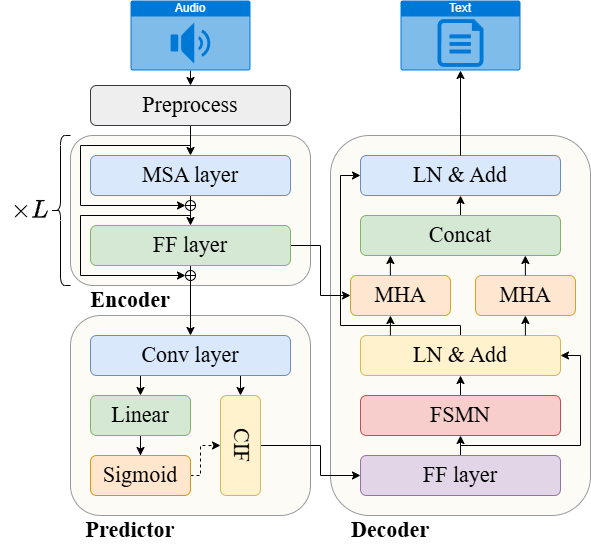
Earlier version of the draw.io export UBC-CSC/funasr.png (TuuSiwei/paper_image). Source tidied: cells renumbered, new cells last; positions are measured from the earlier drawing's top-left corner, leaving out a move shared by most shapes.
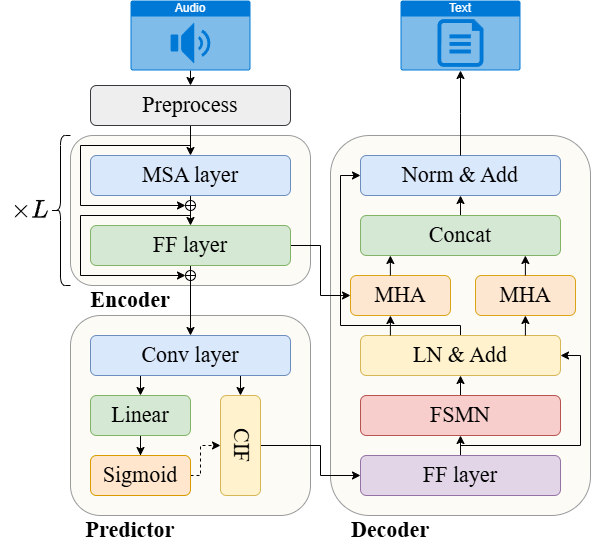
After the commit.

The edit, as a diff of the source:
```diff
@@ -11,7 +11,7 @@
     <mxCell id="4" style="rounded=1;whiteSpace=wrap;html=1;fillColor=#f9f7ed;strokeColor=#36393d;fontFamily=Times New Roman;fontSize=22;opacity=50;align=center;verticalAlign=middle;fontColor=default;fontStyle=0;" parent="1" vertex="1">
       <mxGeometry x="330" y="135" width="260" height="380" as="geometry" />
     </mxCell>
-    <mxCell id="5" value="&lt;span style=&quot;border-color: var(--border-color); font-size: 22px;&quot;&gt;LN &amp;amp; Add&lt;/span&gt;" style="rounded=1;whiteSpace=wrap;html=1;strokeColor=#6c8ebf;fillColor=#dae8fc;fontFamily=Times New Roman;fontSize=22;fontStyle=0;" parent="1" vertex="1">
+    <mxCell id="5" value="&lt;span style=&quot;border-color: var(--border-color); font-size: 22px;&quot;&gt;Norm &amp;amp; Add&lt;/span&gt;" style="rounded=1;whiteSpace=wrap;html=1;strokeColor=#6c8ebf;fillColor=#dae8fc;fontFamily=Times New Roman;fontSize=22;fontStyle=0;" parent="1" vertex="1">
       <mxGeometry x="360" y="155" width="200" height="40" as="geometry" />
     </mxCell>
     <mxCell id="6" value="&lt;font style=&quot;font-size: 22px;&quot;&gt;&lt;span style=&quot;font-size: 22px;&quot;&gt;Decoder&lt;/span&gt;&lt;/font&gt;" style="text;html=1;align=center;verticalAlign=middle;whiteSpace=wrap;rounded=0;fontFamily=Times New Roman;fontSize=22;fontStyle=1;" parent="1" vertex="1">
```
